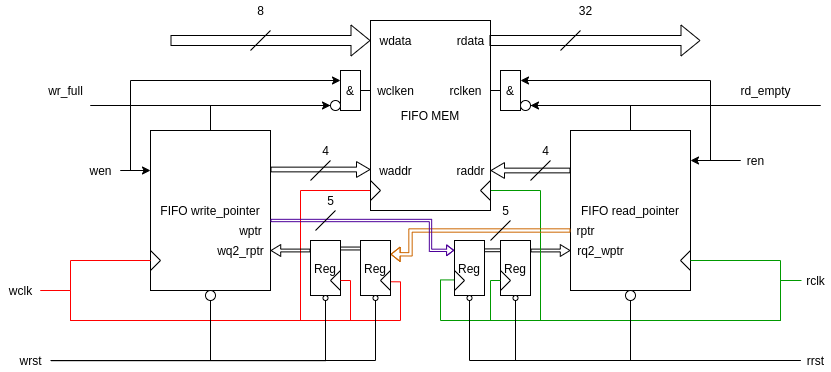
Before: course-scheme/images/unit-design.png, a diagram exported from draw.io (denilai/Latex-gost-732). Source tidied: cells renumbered, new cells last; positions are measured from the earlier drawing's top-left corner, leaving out a move shared by most shapes.
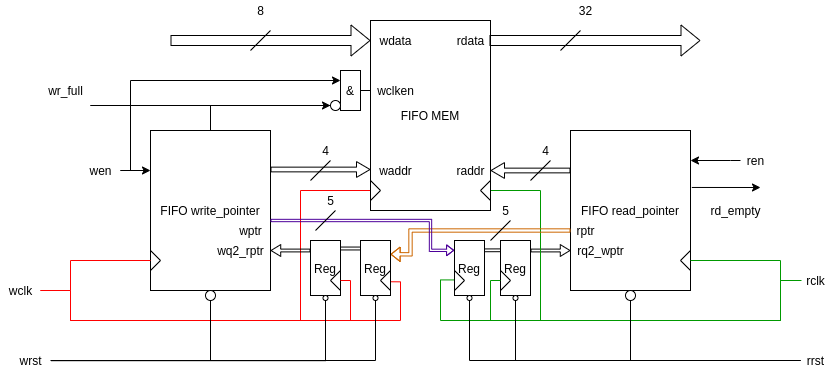
The same diagram one commit later.

What changed in the source:
```diff
@@ -11,8 +11,10 @@
     <mxCell id="4" style="edgeStyle=orthogonalEdgeStyle;rounded=0;jettySize=auto;html=1;exitX=0;exitY=0.25;exitDx=0;exitDy=0;endArrow=classic;endFill=1;strokeColor=#000000;shape=flexArrow;width=4.722222222222222;endSize=4.166666666666667;endWidth=10.07716049382716;" parent="1" edge="1" source="6" target="88">
       <mxGeometry relative="1" as="geometry" />
     </mxCell>
-    <mxCell id="5" style="edgeStyle=orthogonalEdgeStyle;rounded=0;jettySize=auto;html=1;exitX=0.5;exitY=0;exitDx=0;exitDy=0;entryX=1;entryY=0.5;entryDx=0;entryDy=0;endArrow=classic;endFill=1;strokeColor=#000000;" parent="1" edge="1" source="6" target="67">
-      <mxGeometry relative="1" as="geometry" />
+    <mxCell id="5" style="edgeStyle=orthogonalEdgeStyle;rounded=0;jettySize=auto;html=1;exitX=1.011;exitY=0.356;exitDx=0;exitDy=0;endArrow=classic;endFill=1;strokeColor=#000000;exitPerimeter=0;" parent="1" edge="1" source="6">
+      <mxGeometry relative="1" as="geometry">
+        <mxPoint x="760" y="187" as="targetPoint" />
+      </mxGeometry>
     </mxCell>
     <mxCell id="6" value="FIFO read_pointer" style="rounded=0;whiteSpace=wrap;html=1;" parent="1" vertex="1">
       <mxGeometry x="570" y="130" width="120" height="160" as="geometry" />
@@ -312,15 +314,6 @@
     <mxCell id="64" style="ellipse;whiteSpace=wrap;html=1;" parent="62" vertex="1">
       <mxGeometry y="30" width="10" height="10" as="geometry" />
     </mxCell>
-    <mxCell id="65" style="group;" parent="1" vertex="1">
-      <mxGeometry x="500" y="70" width="30" height="40" as="geometry" />
-    </mxCell>
-    <mxCell id="66" value="&amp;amp;" style="rounded=0;whiteSpace=wrap;html=1;" parent="65" vertex="1">
-      <mxGeometry width="20" height="40" as="geometry" />
-    </mxCell>
-    <mxCell id="67" style="ellipse;whiteSpace=wrap;html=1;" parent="65" vertex="1">
-      <mxGeometry x="20" y="30" width="10" height="10" as="geometry" />
-    </mxCell>
     <mxCell id="68" style="edgeStyle=orthogonalEdgeStyle;rounded=0;jettySize=auto;html=1;endArrow=classic;endFill=1;strokeColor=#000000;entryX=0;entryY=0.25;entryDx=0;entryDy=0;" parent="1" edge="1" source="12" target="63">
       <mxGeometry relative="1" as="geometry">
         <Array as="points">
@@ -329,14 +322,6 @@
         </Array>
       </mxGeometry>
     </mxCell>
-    <mxCell id="69" style="edgeStyle=orthogonalEdgeStyle;rounded=0;jettySize=auto;html=1;endArrow=classic;endFill=1;strokeColor=#000000;entryX=1;entryY=0.25;entryDx=0;entryDy=0;" parent="1" edge="1" source="13" target="66">
-      <mxGeometry relative="1" as="geometry">
-        <Array as="points">
-          <mxPoint x="710" y="160" />
-          <mxPoint x="710" y="80" />
-        </Array>
-      </mxGeometry>
-    </mxCell>
     <mxCell id="70" style="edgeStyle=orthogonalEdgeStyle;rounded=0;jettySize=auto;html=1;endArrow=classic;endFill=1;strokeColor=#000000;" parent="1" edge="1" source="13" target="6">
       <mxGeometry relative="1" as="geometry">
         <Array as="points">
@@ -354,19 +339,11 @@
         </Array>
       </mxGeometry>
     </mxCell>
-    <mxCell id="72" style="edgeStyle=orthogonalEdgeStyle;rounded=0;jettySize=auto;html=1;endArrow=none;endFill=0;strokeColor=#000000;exitX=1;exitY=0.5;exitDx=0;exitDy=0;" parent="1" edge="1" source="67">
-      <mxGeometry relative="1" as="geometry">
-        <mxPoint x="820" y="102" as="targetPoint" />
-        <Array as="points">
-          <mxPoint x="820" y="105" />
-        </Array>
-      </mxGeometry>
-    </mxCell>
     <mxCell id="73" value="wr_full" style="text;html=1;align=center;verticalAlign=middle;strokeColor=none;fillColor=none;" parent="1" vertex="1">
       <mxGeometry x="40" y="80" width="50" height="20" as="geometry" />
     </mxCell>
     <mxCell id="74" value="rd_empty" style="text;html=1;align=center;verticalAlign=middle;strokeColor=none;fillColor=none;" parent="1" vertex="1">
-      <mxGeometry x="730" y="80" width="70" height="20" as="geometry" />
+      <mxGeometry x="700" y="200" width="70" height="20" as="geometry" />
     </mxCell>
     <mxCell id="75" style="ellipse;whiteSpace=wrap;html=1;" parent="1" vertex="1">
       <mxGeometry x="205" y="290" width="10" height="10" as="geometry" />
@@ -391,9 +368,6 @@
     <mxCell id="79" style="edgeStyle=orthogonalEdgeStyle;rounded=0;jettySize=auto;html=1;exitX=1;exitY=0.5;exitDx=0;exitDy=0;entryX=0;entryY=0.25;entryDx=0;entryDy=0;endArrow=none;endFill=0;strokeColor=#000000;" parent="1" edge="1" source="63" target="81">
       <mxGeometry relative="1" as="geometry" />
     </mxCell>
-    <mxCell id="80" style="edgeStyle=orthogonalEdgeStyle;rounded=0;jettySize=auto;html=1;exitX=0;exitY=0.5;exitDx=0;exitDy=0;entryX=1;entryY=0.25;entryDx=0;entryDy=0;endArrow=none;endFill=0;strokeColor=#000000;" parent="1" edge="1" source="66" target="81">
-      <mxGeometry relative="1" as="geometry" />
-    </mxCell>
     <mxCell id="81" value="FIFO MEM" style="rounded=0;whiteSpace=wrap;html=1;" parent="1" vertex="1">
       <mxGeometry x="370" y="20" width="120" height="190" as="geometry" />
     </mxCell>
@@ -466,9 +440,6 @@
         <mxPoint x="580" y="30" as="targetPoint" />
       </mxGeometry>
     </mxCell>
-    <mxCell id="97" value="rclken" style="text;html=1;align=center;verticalAlign=middle;strokeColor=none;fillColor=none;" parent="1" vertex="1">
-      <mxGeometry x="440" y="80" width="50" height="20" as="geometry" />
-    </mxCell>
     <mxCell id="98" value="8" style="text;html=1;align=center;verticalAlign=middle;strokeColor=none;fillColor=none;" parent="1" vertex="1">
       <mxGeometry x="250" width="20" height="20" as="geometry" />
     </mxCell>
```
